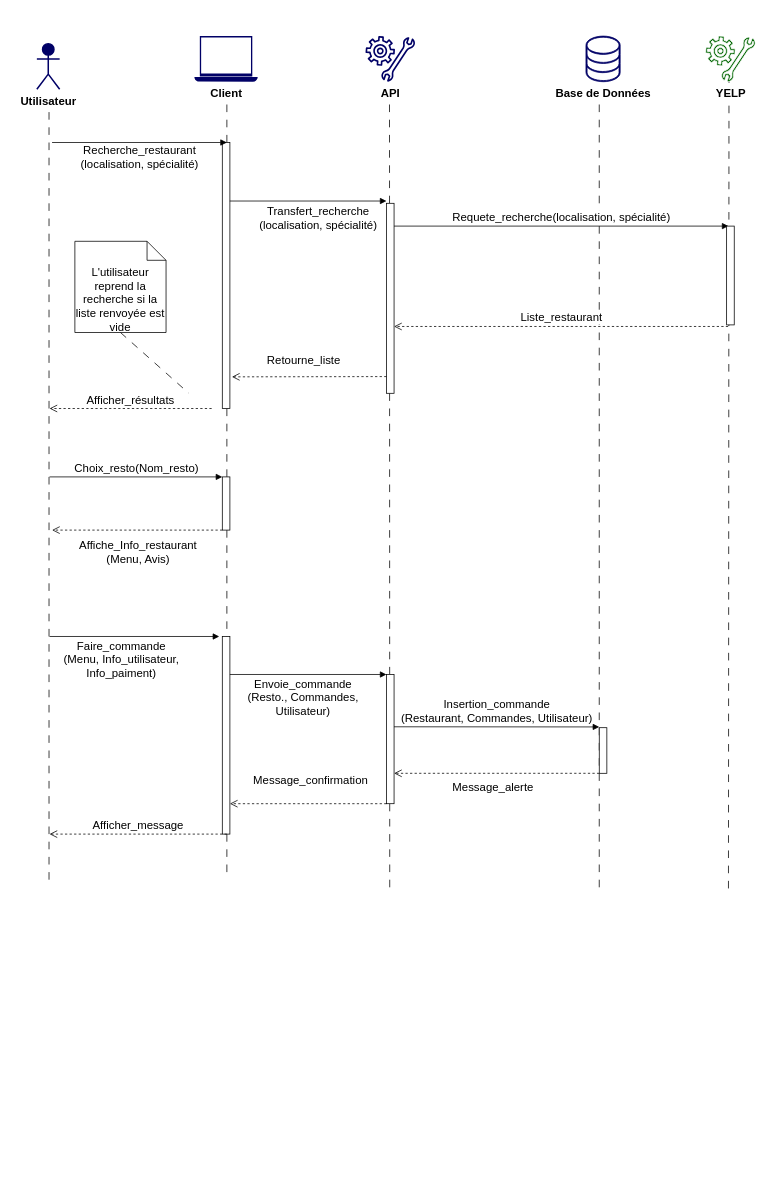
TheAIWizard/Ensaeats keeps this draw.io diagram as diagramme_sequence_restaurateur.drawio. Above is the earlier version. Source tidied: cells renumbered, new cells numbered last; positions are measured from the earlier drawing's top-left corner, leaving out a move shared by most shapes. Both pictures are drawn from the tidied source at 76%, with x=0, y=0 at pixel (36, 36).
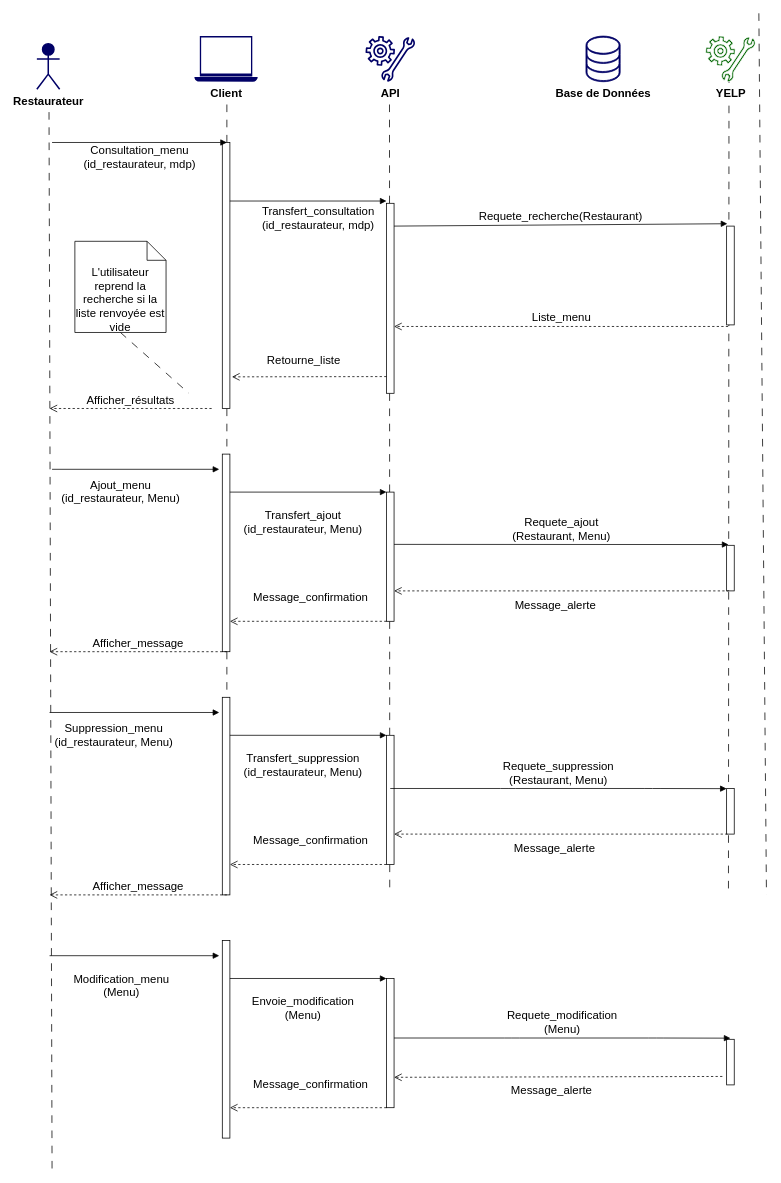
Above is the later version.

Commit message:
restaurateur sequence

The change refers to these unchanged cells:
```xml
<mxCell id="11" style="html=1;points=[];perimeter=orthogonalPerimeter;labelBackgroundColor=#ffffff;fontSize=15;strokeColor=#000000;strokeWidth=1;fillColor=#FFFFFF;" parent="1" vertex="1">
  <mxGeometry x="244" y="140" width="10" height="350" as="geometry" />
</mxCell>
<mxCell id="12" style="html=1;points=[];perimeter=orthogonalPerimeter;labelBackgroundColor=#ffffff;fontSize=15;strokeColor=#000000;strokeWidth=1;fillColor=#FFFFFF;" parent="1" vertex="1">
  <mxGeometry x="460" y="220" width="10" height="250" as="geometry" />
</mxCell>
<mxCell id="16" style="html=1;points=[];perimeter=orthogonalPerimeter;labelBackgroundColor=#ffffff;fontSize=15;strokeColor=#000000;strokeWidth=1;fillColor=#FFFFFF;" parent="1" vertex="1">
  <mxGeometry x="907.6" y="250" width="10" height="130" as="geometry" />
</mxCell>
```

Change to the diagram source:
```diff
@@
     <mxCell id="2" style="endArrow=none;startArrow=none;endFill=0;startFill=0;endSize=8;html=1;verticalAlign=bottom;dashed=1;labelBackgroundColor=none;dashPattern=10 10;fontSize=15;" parent="1" edge="1">
       <mxGeometry relative="1" as="geometry">
         <mxPoint x="16" y="100" as="sourcePoint" />
-        <mxPoint x="16" y="1120" as="targetPoint" />
+        <mxPoint x="20" y="1490" as="targetPoint" />
       </mxGeometry>
     </mxCell>
@@
-    <mxCell id="4" value="&lt;span style=&quot;background-color: rgb(255, 255, 255); font-size: 15px;&quot;&gt;Utilisateur&lt;/span&gt;" style="shape=umlActor;verticalLabelPosition=bottom;verticalAlign=top;html=1;fontColor=#000000;strokeColor=#000066;fillColor=#000066;strokeWidth=2;fontSize=15;fontStyle=1;" parent="1" vertex="1">
+    <mxCell id="4" value="&lt;span style=&quot;background-color: rgb(255 , 255 , 255)&quot;&gt;Restaurateur&lt;br&gt;&lt;br&gt;&lt;/span&gt;" style="shape=umlActor;verticalLabelPosition=bottom;verticalAlign=top;html=1;fontColor=#000000;strokeColor=#000066;fillColor=#000066;strokeWidth=2;fontSize=15;fontStyle=1;" parent="1" vertex="1">
       <mxGeometry y="10" width="30" height="60" as="geometry" />
     </mxCell>
@@
     <mxCell id="6" style="endArrow=none;startArrow=none;endFill=0;startFill=0;endSize=8;html=1;verticalAlign=bottom;dashed=1;labelBackgroundColor=none;dashPattern=10 10;fontSize=15;" parent="1" edge="1">
       <mxGeometry relative="1" as="geometry">
-        <mxPoint x="740" y="90" as="sourcePoint" />
-        <mxPoint x="740" y="1120" as="targetPoint" />
+        <mxPoint x="950" y="-30" as="sourcePoint" />
+        <mxPoint x="960" y="1130" as="targetPoint" />
       </mxGeometry>
     </mxCell>
@@
-    <mxCell id="13" value="Recherche_restaurant&lt;br style=&quot;font-size: 15px;&quot;&gt;(localisation, spécialité)" style="html=1;verticalAlign=bottom;endArrow=block;fontSize=15;" parent="1" edge="1">
+    <mxCell id="13" value="Consultation_menu&lt;br&gt;(id_restaurateur, mdp)" style="html=1;verticalAlign=bottom;endArrow=block;fontSize=15;" parent="1" edge="1">
       <mxGeometry y="-40" relative="1" as="geometry">
         <mxPoint x="20" y="140" as="sourcePoint" />
         <mxPoint x="250" y="140" as="targetPoint" />
       </mxGeometry>
     </mxCell>
-    <mxCell id="14" value="Transfert_recherche&lt;br style=&quot;font-size: 15px;&quot;&gt;(localisation, spécialité)" style="html=1;verticalAlign=bottom;endArrow=block;fontSize=15;exitX=0.986;exitY=0.22;exitDx=0;exitDy=0;exitPerimeter=0;" parent="1" edge="1" source="11">
+    <mxCell id="14" value="Transfert_consultation&lt;br style=&quot;font-size: 15px&quot;&gt;(id_restaurateur, mdp)" style="html=1;verticalAlign=bottom;endArrow=block;fontSize=15;exitX=0.986;exitY=0.22;exitDx=0;exitDy=0;exitPerimeter=0;" parent="1" edge="1" source="11">
       <mxGeometry x="0.13" y="-43" relative="1" as="geometry">
         <mxPoint x="460" y="217" as="targetPoint" />
       </mxGeometry>
     </mxCell>
-    <mxCell id="15" value="Requete_recherche(localisation, spécialité)" style="html=1;verticalAlign=bottom;endArrow=block;fontSize=15;" parent="1" edge="1">
+    <mxCell id="15" value="Requete_recherche(Restaurant)" style="html=1;verticalAlign=bottom;endArrow=block;fontSize=15;entryX=0.092;entryY=-0.024;entryDx=0;entryDy=0;entryPerimeter=0;" parent="1" edge="1" target="16">
       <mxGeometry relative="1" as="geometry">
         <mxPoint x="470" y="250" as="sourcePoint" />
-        <mxPoint x="910" y="250" as="targetPoint" />
       </mxGeometry>
     </mxCell>
@@
-    <mxCell id="17" value="Liste_restaurant" style="html=1;verticalAlign=bottom;endArrow=open;dashed=1;endSize=8;fontSize=15;exitX=0.196;exitY=1.016;exitDx=0;exitDy=0;exitPerimeter=0;" parent="1" edge="1" source="16" target="12">
+    <mxCell id="17" value="Liste_menu" style="html=1;verticalAlign=bottom;endArrow=open;dashed=1;endSize=8;fontSize=15;exitX=0.196;exitY=1.016;exitDx=0;exitDy=0;exitPerimeter=0;" parent="1" edge="1" source="16" target="12">
       <mxGeometry relative="1" as="geometry" />
     </mxCell>
@@
-    <mxCell id="20" value="Choix_resto(Nom_resto)" style="html=1;verticalAlign=bottom;endArrow=block;fontSize=15;" parent="1" edge="1" target="32">
-      <mxGeometry relative="1" as="geometry">
-        <mxPoint x="16.7" y="580" as="sourcePoint" />
-      </mxGeometry>
-    </mxCell>
     <mxCell id="21" style="html=1;perimeter=orthogonalPerimeter;labelBackgroundColor=#ffffff;fontSize=15;strokeColor=#000000;strokeWidth=1;fillColor=#FFFFFF;" parent="1" vertex="1">
-      <mxGeometry x="244" y="790" width="10" height="260" as="geometry" />
+      <mxGeometry x="244" y="870" width="10" height="260" as="geometry" />
     </mxCell>
-    <mxCell id="22" value="Envoie_commande&lt;br style=&quot;font-size: 15px&quot;&gt;(Resto., Commandes, &lt;br&gt;Utilisateur)" style="html=1;verticalAlign=bottom;endArrow=block;fontSize=15;" parent="1" edge="1">
+    <mxCell id="22" value="Transfert_suppression&lt;br style=&quot;font-size: 15px&quot;&gt;(id_restaurateur, Menu)" style="html=1;verticalAlign=bottom;endArrow=block;fontSize=15;" parent="1" edge="1">
       <mxGeometry x="-0.07" y="-60" relative="1" as="geometry">
-        <mxPoint x="254" y="840" as="sourcePoint" />
-        <mxPoint x="460" y="840" as="targetPoint" />
+        <mxPoint x="254" y="920" as="sourcePoint" />
+        <mxPoint x="460" y="920" as="targetPoint" />
       </mxGeometry>
     </mxCell>
     <mxCell id="23" style="html=1;perimeter=orthogonalPerimeter;labelBackgroundColor=#ffffff;fontSize=15;strokeColor=#000000;strokeWidth=1;fillColor=#FFFFFF;" parent="1" vertex="1">
-      <mxGeometry x="460" y="840" width="10" height="170" as="geometry" />
+      <mxGeometry x="460" y="920" width="10" height="170" as="geometry" />
     </mxCell>
-    <mxCell id="24" value="Insertion_commande&lt;br style=&quot;font-size: 15px;&quot;&gt;(Restaurant, Commandes, Utilisateur)" style="html=1;verticalAlign=bottom;endArrow=block;fontSize=15;" parent="1" edge="1">
-      <mxGeometry relative="1" as="geometry">
-        <mxPoint x="470" y="908.8" as="sourcePoint" />
-        <mxPoint x="740" y="909" as="targetPoint" />
-      </mxGeometry>
-    </mxCell>
-    <mxCell id="25" value="Faire_commande&lt;br style=&quot;font-size: 15px&quot;&gt;(Menu, Info_utilisateur, &lt;br&gt;Info_paiment)" style="html=1;verticalAlign=bottom;endArrow=block;fontSize=15;" parent="1" edge="1">
-      <mxGeometry x="-0.16" y="-60" relative="1" as="geometry">
-        <mxPoint x="16.7" y="790" as="sourcePoint" />
-        <mxPoint x="240" y="790" as="targetPoint" />
+    <mxCell id="25" value="Suppression_menu&lt;br style=&quot;font-size: 15px&quot;&gt;(id_restaurateur, Menu)" style="html=1;verticalAlign=bottom;endArrow=block;fontSize=15;" parent="1" edge="1">
+      <mxGeometry x="-0.25" y="-50" relative="1" as="geometry">
+        <mxPoint x="16.7" y="890" as="sourcePoint" />
+        <mxPoint x="240" y="890" as="targetPoint" />
       </mxGeometry>
     </mxCell>
     <mxCell id="26" style="html=1;points=[];perimeter=orthogonalPerimeter;labelBackgroundColor=#ffffff;fontSize=15;strokeColor=#000000;strokeWidth=1;fillColor=#FFFFFF;" parent="1" vertex="1">
-      <mxGeometry x="740" y="910" width="10" height="60" as="geometry" />
+      <mxGeometry x="907.6" y="990" width="10" height="60" as="geometry" />
     </mxCell>
-    <mxCell id="27" value="Message_alerte" style="html=1;verticalAlign=bottom;endArrow=open;dashed=1;endSize=8;fontSize=15;" parent="1" edge="1">
+    <mxCell id="27" value="Message_alerte" style="html=1;verticalAlign=bottom;endArrow=open;dashed=1;endSize=8;fontSize=15;exitX=0.106;exitY=1;exitDx=0;exitDy=0;exitPerimeter=0;" parent="1" edge="1" source="26">
       <mxGeometry x="0.04" y="30" relative="1" as="geometry">
-        <mxPoint x="740" y="970" as="sourcePoint" />
-        <mxPoint x="470" y="970" as="targetPoint" />
+        <mxPoint x="470" y="1050" as="targetPoint" />
       </mxGeometry>
     </mxCell>
     <mxCell id="28" value="Message_confirmation" style="html=1;verticalAlign=bottom;endArrow=open;dashed=1;endSize=8;fontSize=15;" parent="1" edge="1">
       <mxGeometry x="-0.03" y="-20" relative="1" as="geometry">
-        <mxPoint x="460" y="1010" as="sourcePoint" />
-        <mxPoint x="254" y="1010" as="targetPoint" />
+        <mxPoint x="460" y="1090" as="sourcePoint" />
+        <mxPoint x="254" y="1090" as="targetPoint" />
       </mxGeometry>
     </mxCell>
     <mxCell id="29" value="Afficher_message" style="html=1;verticalAlign=bottom;endArrow=open;dashed=1;endSize=8;fontSize=15;" parent="1" edge="1">
       <mxGeometry relative="1" as="geometry">
-        <mxPoint x="250" y="1050" as="sourcePoint" />
-        <mxPoint x="16.7" y="1050" as="targetPoint" />
+        <mxPoint x="250" y="1130" as="sourcePoint" />
+        <mxPoint x="16.7" y="1130" as="targetPoint" />
       </mxGeometry>
     </mxCell>
@@
-    <mxCell id="32" style="html=1;points=[];perimeter=orthogonalPerimeter;fontSize=15;align=center;" parent="1" vertex="1">
-      <mxGeometry x="244" y="580" width="10" height="70" as="geometry" />
-    </mxCell>
-    <mxCell id="33" value="Affiche_Info_restaurant&lt;br&gt;(Menu, Avis)" style="html=1;verticalAlign=bottom;endArrow=open;dashed=1;endSize=8;fontSize=15;" parent="1" edge="1" source="32">
-      <mxGeometry y="50" relative="1" as="geometry">
-        <mxPoint x="20" y="650" as="targetPoint" />
-        <mxPoint x="1" as="offset" />
-      </mxGeometry>
-    </mxCell>
@@
+    <mxCell id="35" style="html=1;perimeter=orthogonalPerimeter;labelBackgroundColor=#ffffff;fontSize=15;strokeColor=#000000;strokeWidth=1;fillColor=#FFFFFF;" parent="1" vertex="1">
+      <mxGeometry x="244" y="550" width="10" height="260" as="geometry" />
+    </mxCell>
+    <mxCell id="36" value="Transfert_ajout&lt;br style=&quot;font-size: 15px&quot;&gt;(id_restaurateur, Menu)" style="html=1;verticalAlign=bottom;endArrow=block;fontSize=15;" parent="1" edge="1">
+      <mxGeometry x="-0.07" y="-60" relative="1" as="geometry">
+        <mxPoint x="254" y="600" as="sourcePoint" />
+        <mxPoint x="460" y="600" as="targetPoint" />
+      </mxGeometry>
+    </mxCell>
+    <mxCell id="37" style="html=1;perimeter=orthogonalPerimeter;labelBackgroundColor=#ffffff;fontSize=15;strokeColor=#000000;strokeWidth=1;fillColor=#FFFFFF;" parent="1" vertex="1">
+      <mxGeometry x="460" y="600" width="10" height="170" as="geometry" />
+    </mxCell>
+    <mxCell id="38" value="Requete_ajout&lt;br style=&quot;font-size: 15px&quot;&gt;(Restaurant, Menu)" style="html=1;verticalAlign=bottom;endArrow=block;fontSize=15;" parent="1" edge="1">
+      <mxGeometry relative="1" as="geometry">
+        <mxPoint x="470" y="668.8" as="sourcePoint" />
+        <mxPoint x="910" y="669" as="targetPoint" />
+      </mxGeometry>
+    </mxCell>
+    <mxCell id="39" value="Ajout_menu&lt;br style=&quot;font-size: 15px&quot;&gt;(id_restaurateur, Menu)" style="html=1;verticalAlign=bottom;endArrow=block;fontSize=15;" parent="1" edge="1">
+      <mxGeometry x="-0.18" y="-50" relative="1" as="geometry">
+        <mxPoint x="20" y="570" as="sourcePoint" />
+        <mxPoint x="240" y="570" as="targetPoint" />
+      </mxGeometry>
+    </mxCell>
+    <mxCell id="40" style="html=1;points=[];perimeter=orthogonalPerimeter;labelBackgroundColor=#ffffff;fontSize=15;strokeColor=#000000;strokeWidth=1;fillColor=#FFFFFF;" parent="1" vertex="1">
+      <mxGeometry x="907.6" y="670" width="10" height="60" as="geometry" />
+    </mxCell>
+    <mxCell id="41" value="Message_alerte" style="html=1;verticalAlign=bottom;endArrow=open;dashed=1;endSize=8;fontSize=15;exitX=0.328;exitY=1;exitDx=0;exitDy=0;exitPerimeter=0;" parent="1" edge="1" source="40">
+      <mxGeometry x="0.04" y="30" relative="1" as="geometry">
+        <mxPoint x="470" y="730" as="targetPoint" />
+      </mxGeometry>
+    </mxCell>
+    <mxCell id="42" value="Message_confirmation" style="html=1;verticalAlign=bottom;endArrow=open;dashed=1;endSize=8;fontSize=15;" parent="1" edge="1">
+      <mxGeometry x="-0.03" y="-20" relative="1" as="geometry">
+        <mxPoint x="460" y="770" as="sourcePoint" />
+        <mxPoint x="254" y="770" as="targetPoint" />
+      </mxGeometry>
+    </mxCell>
+    <mxCell id="43" value="Afficher_message" style="html=1;verticalAlign=bottom;endArrow=open;dashed=1;endSize=8;fontSize=15;" parent="1" edge="1">
+      <mxGeometry relative="1" as="geometry">
+        <mxPoint x="250" y="810" as="sourcePoint" />
+        <mxPoint x="16.7" y="810" as="targetPoint" />
+      </mxGeometry>
+    </mxCell>
+    <mxCell id="44" style="html=1;perimeter=orthogonalPerimeter;labelBackgroundColor=#ffffff;fontSize=15;strokeColor=#000000;strokeWidth=1;fillColor=#FFFFFF;" parent="1" vertex="1">
+      <mxGeometry x="244" y="1190" width="10" height="260" as="geometry" />
+    </mxCell>
+    <mxCell id="45" value="Envoie_modification&lt;br style=&quot;font-size: 15px&quot;&gt;(Menu)" style="html=1;verticalAlign=bottom;endArrow=block;fontSize=15;" parent="1" edge="1">
+      <mxGeometry x="-0.07" y="-60" relative="1" as="geometry">
+        <mxPoint x="254" y="1240" as="sourcePoint" />
+        <mxPoint x="460" y="1240" as="targetPoint" />
+      </mxGeometry>
+    </mxCell>
+    <mxCell id="46" style="html=1;perimeter=orthogonalPerimeter;labelBackgroundColor=#ffffff;fontSize=15;strokeColor=#000000;strokeWidth=1;fillColor=#FFFFFF;" parent="1" vertex="1">
+      <mxGeometry x="460" y="1240" width="10" height="170" as="geometry" />
+    </mxCell>
+    <mxCell id="47" value="Modification_menu&lt;br style=&quot;font-size: 15px&quot;&gt;(Menu)" style="html=1;verticalAlign=bottom;endArrow=block;fontSize=15;" parent="1" edge="1">
+      <mxGeometry x="-0.16" y="-60" relative="1" as="geometry">
+        <mxPoint x="16.7" y="1210" as="sourcePoint" />
+        <mxPoint x="240" y="1210" as="targetPoint" />
+      </mxGeometry>
+    </mxCell>
+    <mxCell id="48" style="html=1;points=[];perimeter=orthogonalPerimeter;labelBackgroundColor=#ffffff;fontSize=15;strokeColor=#000000;strokeWidth=1;fillColor=#FFFFFF;" parent="1" vertex="1">
+      <mxGeometry x="907.6" y="1320" width="10" height="60" as="geometry" />
+    </mxCell>
+    <mxCell id="49" value="Message_alerte" style="html=1;verticalAlign=bottom;endArrow=open;dashed=1;endSize=8;fontSize=15;exitX=-0.561;exitY=0.815;exitDx=0;exitDy=0;exitPerimeter=0;" parent="1" edge="1" source="48">
+      <mxGeometry x="0.04" y="30" relative="1" as="geometry">
+        <mxPoint x="470" y="1370" as="targetPoint" />
+      </mxGeometry>
+    </mxCell>
+    <mxCell id="50" value="Message_confirmation" style="html=1;verticalAlign=bottom;endArrow=open;dashed=1;endSize=8;fontSize=15;" parent="1" edge="1">
+      <mxGeometry x="-0.03" y="-20" relative="1" as="geometry">
+        <mxPoint x="460" y="1410" as="sourcePoint" />
+        <mxPoint x="254" y="1410" as="targetPoint" />
+      </mxGeometry>
+    </mxCell>
+    <mxCell id="51" value="Requete_suppression&lt;br style=&quot;font-size: 15px&quot;&gt;(Restaurant, Menu)" style="html=1;verticalAlign=bottom;endArrow=block;fontSize=15;" parent="1" edge="1">
+      <mxGeometry relative="1" as="geometry">
+        <mxPoint x="465" y="990" as="sourcePoint" />
+        <mxPoint x="907.6" y="990.2" as="targetPoint" />
+        <Array as="points">
+          <mxPoint x="620" y="990" />
+          <mxPoint x="810" y="990" />
+        </Array>
+      </mxGeometry>
+    </mxCell>
+    <mxCell id="52" value="Requete_modification&lt;br style=&quot;font-size: 15px&quot;&gt;(Menu)" style="html=1;verticalAlign=bottom;endArrow=block;fontSize=15;" parent="1" edge="1">
+      <mxGeometry relative="1" as="geometry">
+        <mxPoint x="470" y="1318.3" as="sourcePoint" />
+        <mxPoint x="912.6" y="1318.5" as="targetPoint" />
+        <Array as="points">
+          <mxPoint x="625" y="1318.3" />
+          <mxPoint x="815" y="1318.3" />
+        </Array>
+      </mxGeometry>
+    </mxCell>
```
